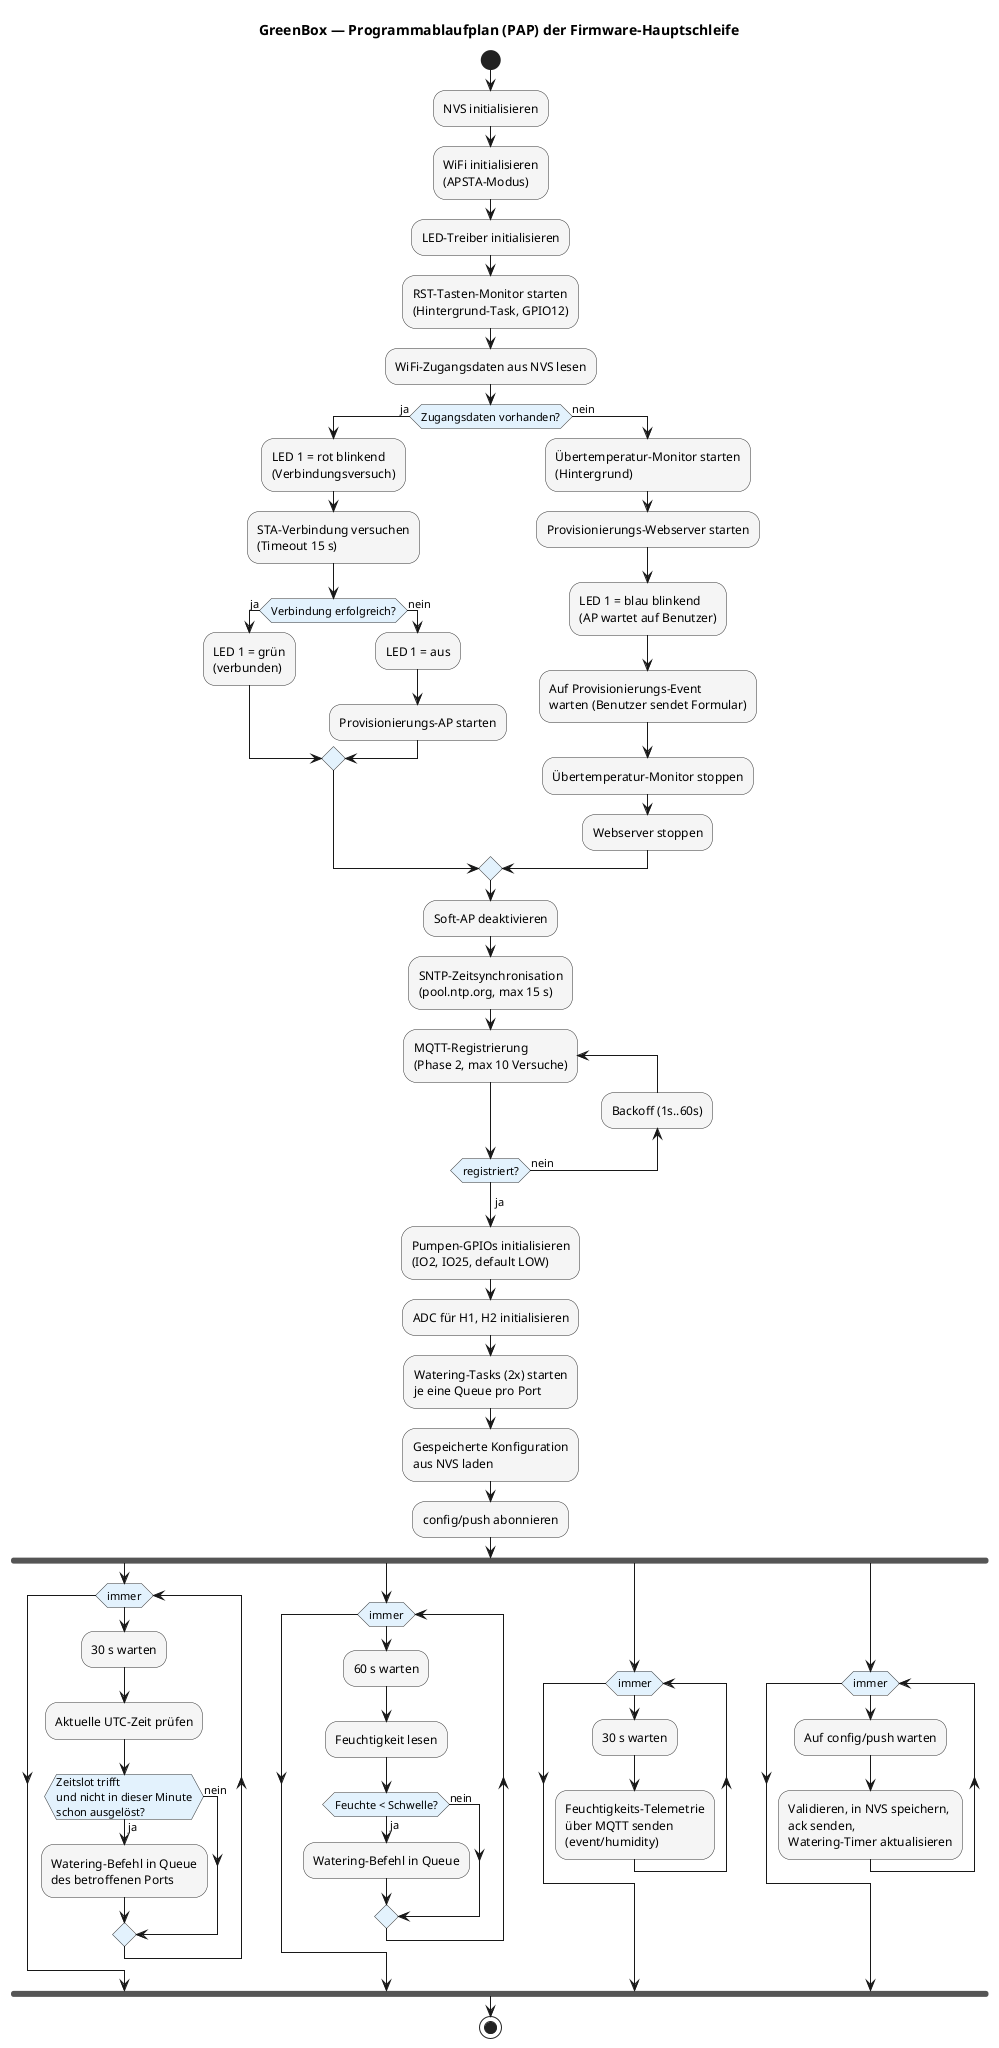
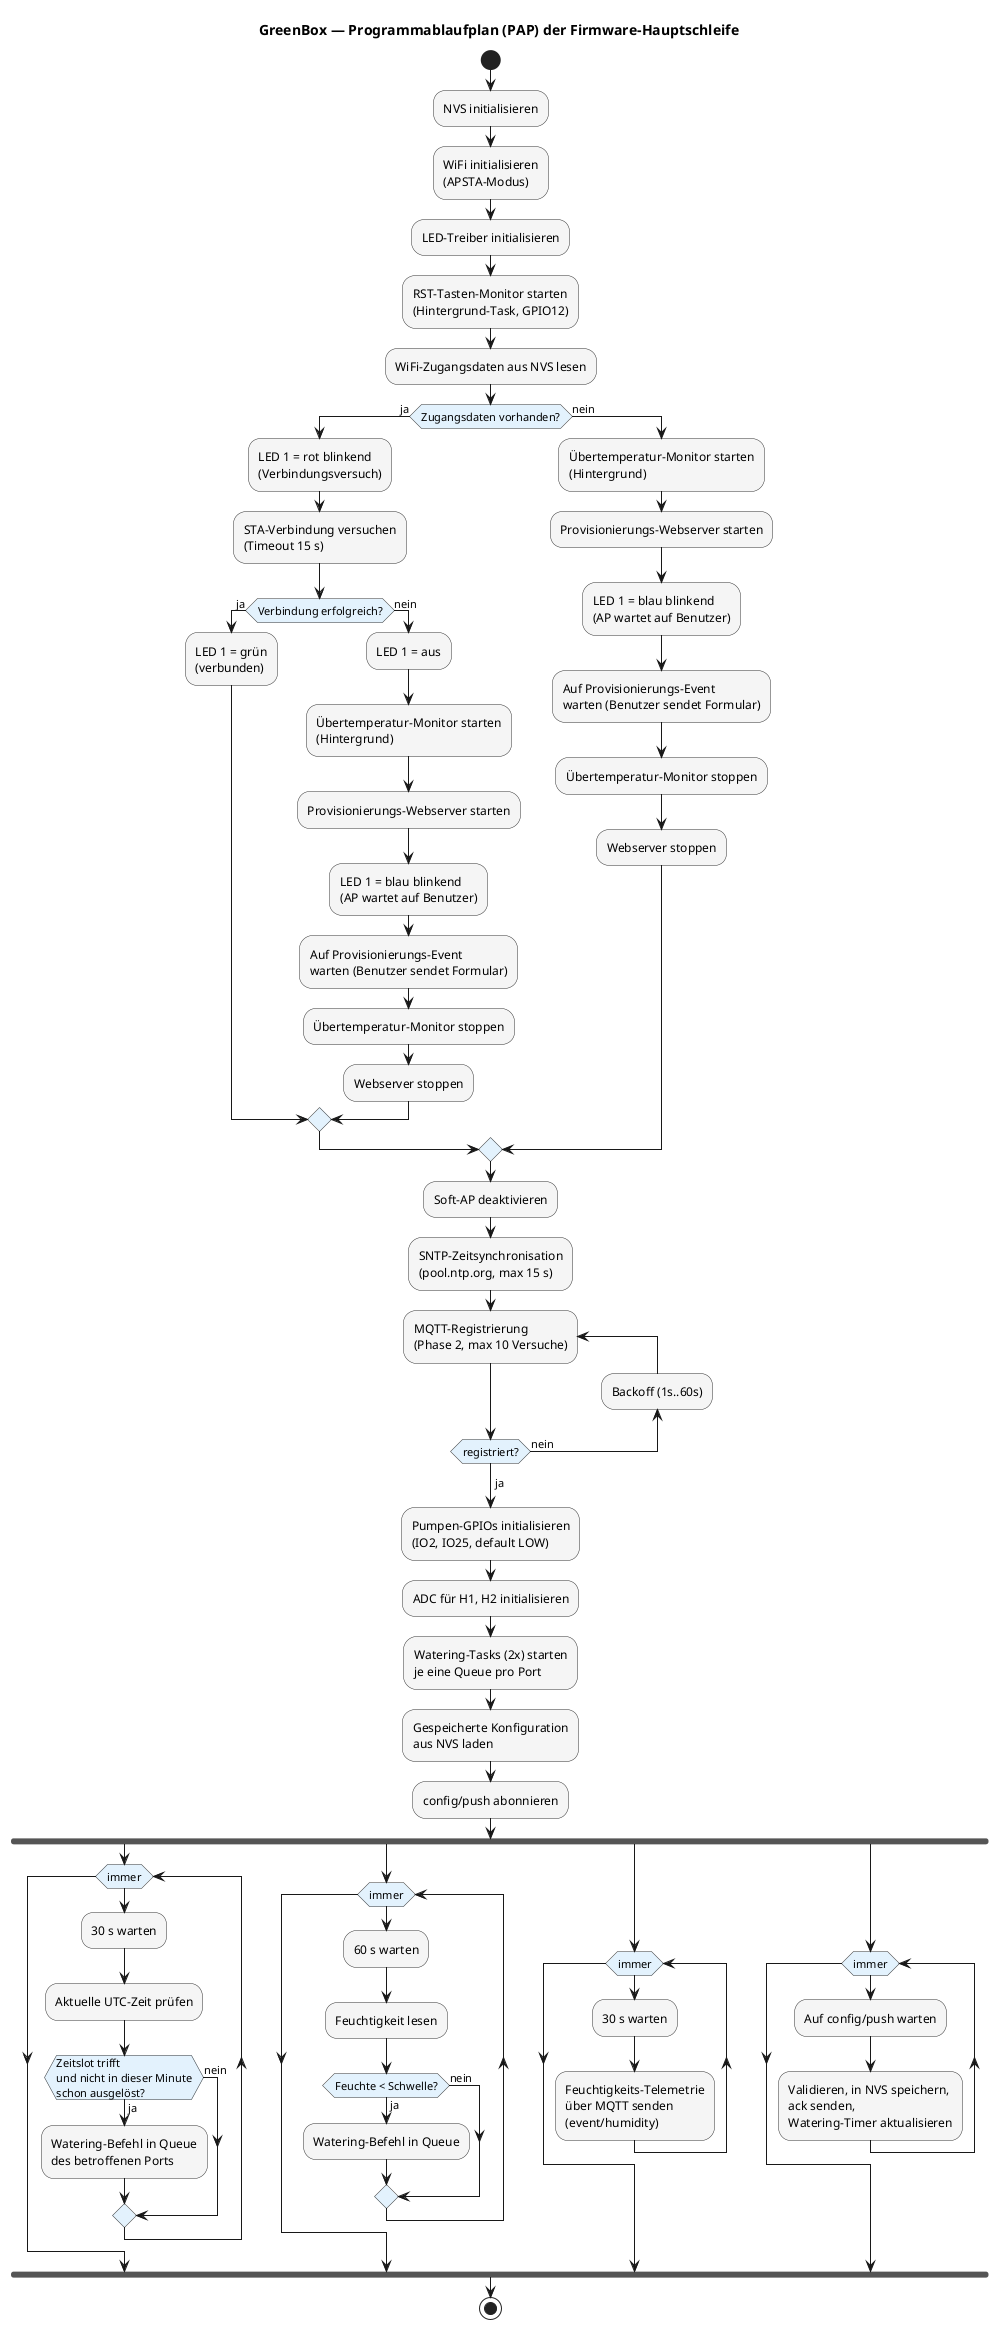
@startuml

title GreenBox — Programmablaufplan (PAP) der Firmware-Hauptschleife

skinparam ActivityBackgroundColor #F5F5F5
skinparam ActivityBorderColor #333333
skinparam ActivityDiamondBackgroundColor #E3F2FD

start
:NVS initialisieren;
:WiFi initialisieren\n(APSTA-Modus);
:LED-Treiber initialisieren;
:RST-Tasten-Monitor starten\n(Hintergrund-Task, GPIO12);

:WiFi-Zugangsdaten aus NVS lesen;

if (Zugangsdaten vorhanden?) then (ja)
  :LED 1 = rot blinkend\n(Verbindungsversuch);
  :STA-Verbindung versuchen\n(Timeout 15 s);
  if (Verbindung erfolgreich?) then (ja)
    :LED 1 = grün\n(verbunden);
  else (nein)
    :LED 1 = aus;
-     :Provisionierungs-AP starten;
+     :Übertemperatur-Monitor starten\n(Hintergrund);
+     :Provisionierungs-Webserver starten;
+     :LED 1 = blau blinkend\n(AP wartet auf Benutzer);
+     :Auf Provisionierungs-Event\nwarten (Benutzer sendet Formular);
+     :Übertemperatur-Monitor stoppen;
+     :Webserver stoppen;
  endif
else (nein)
  :Übertemperatur-Monitor starten\n(Hintergrund);
  :Provisionierungs-Webserver starten;
  :LED 1 = blau blinkend\n(AP wartet auf Benutzer);
  :Auf Provisionierungs-Event\nwarten (Benutzer sendet Formular);
  :Übertemperatur-Monitor stoppen;
  :Webserver stoppen;
endif

:Soft-AP deaktivieren;

:SNTP-Zeitsynchronisation\n(pool.ntp.org, max 15 s);

repeat :MQTT-Registrierung\n(Phase 2, max 10 Versuche);
backward :Backoff (1s..60s);
repeat while (registriert?) is (nein)
->ja;

:Pumpen-GPIOs initialisieren\n(IO2, IO25, default LOW);
:ADC für H1, H2 initialisieren;
:Watering-Tasks (2x) starten\nje eine Queue pro Port;
:Gespeicherte Konfiguration\naus NVS laden;
:config/push abonnieren;

fork
  while (immer)
    :30 s warten;
    :Aktuelle UTC-Zeit prüfen;
    if (Zeitslot trifft\nund nicht in dieser Minute\nschon ausgelöst?) then (ja)
      :Watering-Befehl in Queue\ndes betroffenen Ports;
    else (nein)
    endif
  endwhile
fork again
  while (immer)
    :60 s warten;
    :Feuchtigkeit lesen;
    if (Feuchte < Schwelle?) then (ja)
      :Watering-Befehl in Queue;
    else (nein)
    endif
  endwhile
fork again
  while (immer)
    :30 s warten;
    :Feuchtigkeits-Telemetrie\nüber MQTT senden\n(event/humidity);
  endwhile
fork again
  while (immer)
    :Auf config/push warten;
    :Validieren, in NVS speichern,\nack senden,\nWatering-Timer aktualisieren;
  endwhile
end fork

stop

@enduml
